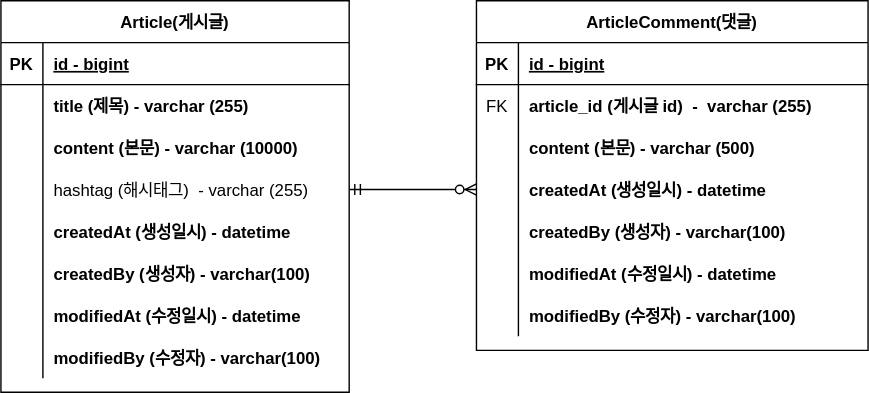
Above: document/project-board-erd.svg in jyc-coder/bulletin-board (draw.io), before the change. Source tidied: cells renumbered, new cells last; positions are measured from the earlier drawing's top-left corner, leaving out a move shared by most shapes.
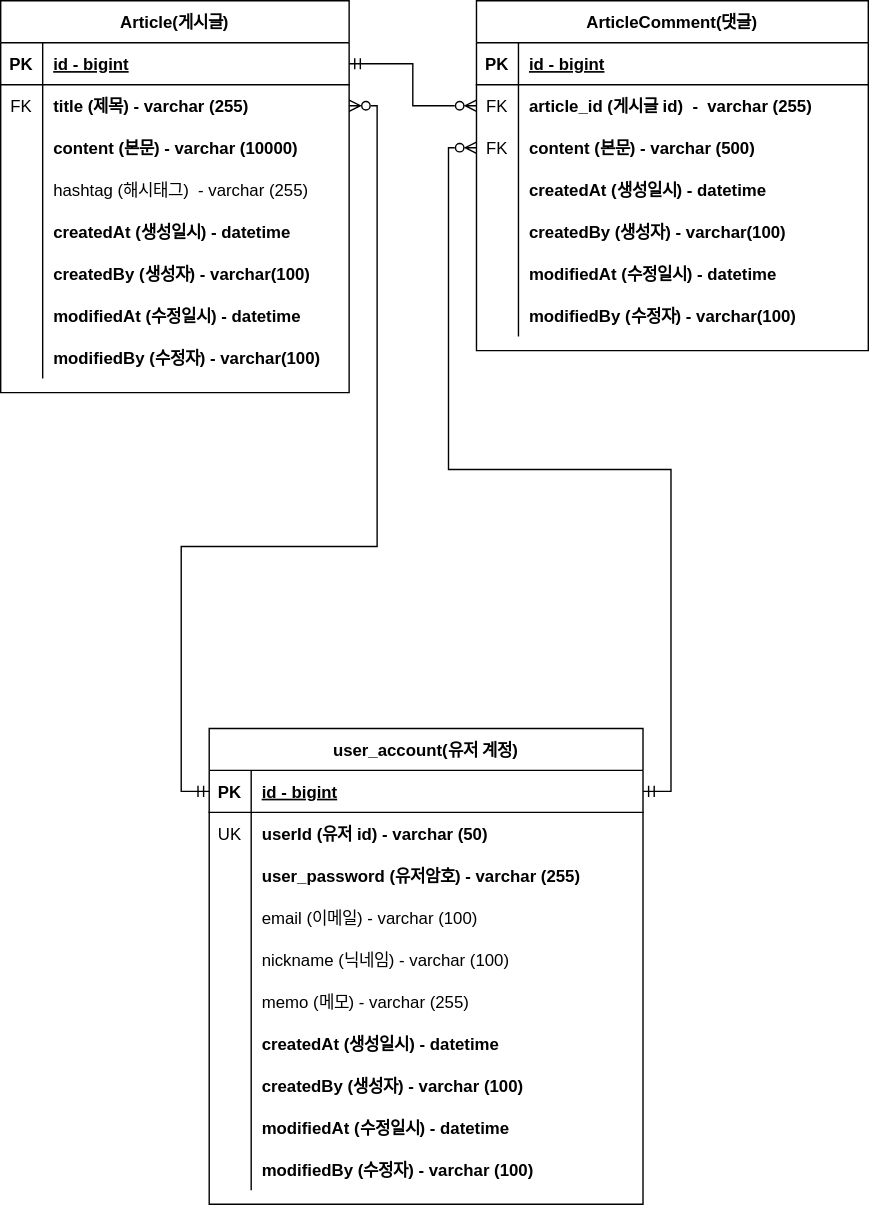
After the change.

Commit message:
#19 - erd 다이어그램 유저 계정 추가

Change to the diagram source:
```diff
@@ -26,7 +26,7 @@
     <mxCell id="9" style="shape=tableRow;horizontal=0;startSize=0;swimlaneHead=0;swimlaneBody=0;fillColor=none;points=[[0,0.5],[1,0.5]];portConstraint=eastwest;top=0;left=0;right=0;bottom=0;" parent="2" vertex="1">
       <mxGeometry y="90" width="280" height="30" as="geometry" />
     </mxCell>
-    <mxCell id="10" style="shape=partialRectangle;fillColor=none;top=0;left=0;bottom=0;right=0;overflow=hidden;" parent="9" vertex="1">
+    <mxCell id="10" value="FK" style="shape=partialRectangle;fillColor=none;top=0;left=0;bottom=0;right=0;overflow=hidden;" parent="9" vertex="1">
       <mxGeometry width="30" height="30" as="geometry" />
     </mxCell>
     <mxCell id="11" value="content (본문) - varchar (500)" style="shape=partialRectangle;fillColor=none;top=0;left=0;bottom=0;right=0;align=left;spacingLeft=6;overflow=hidden;fontStyle=1;" parent="9" vertex="1">
@@ -83,7 +83,7 @@
     <mxCell id="28" style="shape=tableRow;horizontal=0;startSize=0;swimlaneHead=0;swimlaneBody=0;fillColor=none;points=[[0,0.5],[1,0.5]];portConstraint=eastwest;top=0;left=0;right=0;bottom=0;" parent="24" vertex="1">
       <mxGeometry y="60" width="249" height="30" as="geometry" />
     </mxCell>
-    <mxCell id="29" style="shape=partialRectangle;fillColor=none;top=0;left=0;bottom=0;right=0;overflow=hidden;" parent="28" vertex="1">
+    <mxCell id="29" value="FK" style="shape=partialRectangle;fillColor=none;top=0;left=0;bottom=0;right=0;overflow=hidden;" parent="28" vertex="1">
       <mxGeometry width="30" height="30" as="geometry" />
     </mxCell>
     <mxCell id="30" value="title (제목) - varchar (255)" style="shape=partialRectangle;fillColor=none;top=0;left=0;bottom=0;right=0;align=left;spacingLeft=6;overflow=hidden;fontStyle=1;" parent="28" vertex="1">
@@ -143,8 +143,129 @@
     <mxCell id="48" value="modifiedBy (수정자) - varchar(100)" style="shape=partialRectangle;fillColor=none;top=0;left=0;bottom=0;right=0;align=left;spacingLeft=6;overflow=hidden;fontStyle=1;" parent="46" vertex="1">
       <mxGeometry x="30" width="219" height="30" as="geometry" />
     </mxCell>
-    <mxCell id="49" style="edgeStyle=entityRelationEdgeStyle;fontSize=12;html=1;endArrow=ERzeroToMany;startArrow=ERmandOne;rounded=0;exitX=1;exitY=0.5;exitDx=0;exitDy=0;entryX=0;entryY=0.5;entryDx=0;entryDy=0;" parent="1" edge="1" source="34" target="12">
-      <mxGeometry relative="1" as="geometry" />
-    </mxCell>
+    <mxCell id="50" style="shape=tableRow;horizontal=0;startSize=0;swimlaneHead=0;swimlaneBody=0;fillColor=none;top=0;left=0;right=0;bottom=0;" parent="1" vertex="1">
+      <mxGeometry x="9" y="565" width="180" height="30" as="geometry" />
+    </mxCell>
+    <mxCell id="51" style="shape=partialRectangle;fillColor=none;top=0;left=0;bottom=0;right=0;overflow=hidden;" parent="50" vertex="1">
+      <mxGeometry width="30" height="30" as="geometry" />
+    </mxCell>
+    <mxCell id="52" style="shape=tableRow;horizontal=0;startSize=0;swimlaneHead=0;swimlaneBody=0;fillColor=none;top=0;left=0;right=0;bottom=0;strokeColor=#000000;" parent="1" vertex="1">
+      <mxGeometry x="209" y="540" width="270" height="30" as="geometry" />
+    </mxCell>
+    <mxCell id="53" style="shape=partialRectangle;fillColor=none;top=0;left=0;bottom=0;right=0;overflow=hidden;" parent="52" vertex="1">
+      <mxGeometry width="30" height="30" as="geometry" />
+    </mxCell>
+    <mxCell id="54" style="shape=tableRow;horizontal=0;startSize=0;swimlaneHead=0;swimlaneBody=0;fillColor=none;top=0;left=0;right=0;bottom=0;strokeColor=#000000;shadow=0;" parent="1" vertex="1">
+      <mxGeometry x="209" y="530" width="270" height="30" as="geometry" />
+    </mxCell>
+    <mxCell id="55" value="user_account(유저 계정)" style="shape=table;startSize=30;rowLines=0;fontStyle=1;align=center;shadow=0;strokeColor=#000000;" parent="1" vertex="1">
+      <mxGeometry x="149" y="520" width="310" height="340" as="geometry" />
+    </mxCell>
+    <mxCell id="56" style="shape=tableRow;horizontal=0;startSize=0;swimlaneHead=0;swimlaneBody=0;fillColor=none;points=[[0,0.5],[1,0.5]];portConstraint=eastwest;top=0;left=0;right=0;bottom=1;shadow=0;strokeColor=#000000;" parent="55" vertex="1">
+      <mxGeometry y="30" width="310" height="30" as="geometry" />
+    </mxCell>
+    <mxCell id="57" value="PK" style="shape=partialRectangle;fillColor=none;top=0;left=0;bottom=0;right=0;fontStyle=1;overflow=hidden;shadow=0;strokeColor=#000000;" parent="56" vertex="1">
+      <mxGeometry width="30" height="30" as="geometry" />
+    </mxCell>
+    <mxCell id="58" value="id - bigint" style="shape=partialRectangle;fillColor=none;top=0;left=0;bottom=0;right=0;align=left;spacingLeft=6;fontStyle=5;overflow=hidden;shadow=0;strokeColor=#000000;" parent="56" vertex="1">
+      <mxGeometry x="30" width="280" height="30" as="geometry" />
+    </mxCell>
+    <mxCell id="59" style="shape=tableRow;horizontal=0;startSize=0;swimlaneHead=0;swimlaneBody=0;fillColor=none;top=0;left=0;right=0;bottom=0;shadow=0;strokeColor=#000000;" parent="55" vertex="1">
+      <mxGeometry y="60" width="310" height="30" as="geometry" />
+    </mxCell>
+    <mxCell id="60" value="UK" style="shape=partialRectangle;fillColor=none;top=0;left=0;bottom=0;right=0;overflow=hidden;shadow=0;strokeColor=#000000;" parent="59" vertex="1">
+      <mxGeometry width="30" height="30" as="geometry" />
+    </mxCell>
+    <mxCell id="61" value="userId (유저 id) - varchar (50)" style="shape=partialRectangle;fillColor=none;top=0;left=0;bottom=0;right=0;align=left;spacingLeft=6;overflow=hidden;shadow=0;strokeColor=#000000;fontStyle=1;" parent="59" vertex="1">
+      <mxGeometry x="30" width="280" height="30" as="geometry" />
+    </mxCell>
+    <mxCell id="62" style="shape=tableRow;horizontal=0;startSize=0;swimlaneHead=0;swimlaneBody=0;fillColor=none;top=0;left=0;right=0;bottom=0;shadow=0;strokeColor=#000000;" parent="55" vertex="1">
+      <mxGeometry y="90" width="310" height="30" as="geometry" />
+    </mxCell>
+    <mxCell id="63" style="shape=partialRectangle;fillColor=none;top=0;left=0;bottom=0;right=0;overflow=hidden;shadow=0;strokeColor=#000000;" parent="62" vertex="1">
+      <mxGeometry width="30" height="30" as="geometry" />
+    </mxCell>
+    <mxCell id="64" value="user_password (유저암호) - varchar (255)" style="shape=partialRectangle;fillColor=none;top=0;left=0;bottom=0;right=0;align=left;spacingLeft=6;overflow=hidden;shadow=0;strokeColor=#000000;fontStyle=1;" parent="62" vertex="1">
+      <mxGeometry x="30" width="280" height="30" as="geometry" />
+    </mxCell>
+    <mxCell id="65" style="shape=tableRow;horizontal=0;startSize=0;swimlaneHead=0;swimlaneBody=0;fillColor=none;top=0;left=0;right=0;bottom=0;shadow=0;strokeColor=#000000;" parent="55" vertex="1">
+      <mxGeometry y="120" width="310" height="30" as="geometry" />
+    </mxCell>
+    <mxCell id="66" style="shape=partialRectangle;fillColor=none;top=0;left=0;bottom=0;right=0;overflow=hidden;shadow=0;strokeColor=#000000;" parent="65" vertex="1">
+      <mxGeometry width="30" height="30" as="geometry" />
+    </mxCell>
+    <mxCell id="67" value="email (이메일) - varchar (100)" style="shape=partialRectangle;fillColor=none;top=0;left=0;bottom=0;right=0;align=left;spacingLeft=6;overflow=hidden;shadow=0;strokeColor=#000000;" parent="65" vertex="1">
+      <mxGeometry x="30" width="280" height="30" as="geometry" />
+    </mxCell>
+    <mxCell id="68" style="shape=tableRow;horizontal=0;startSize=0;swimlaneHead=0;swimlaneBody=0;fillColor=none;top=0;left=0;right=0;bottom=0;shadow=0;strokeColor=#000000;" parent="55" vertex="1">
+      <mxGeometry y="150" width="310" height="30" as="geometry" />
+    </mxCell>
+    <mxCell id="69" style="shape=partialRectangle;fillColor=none;top=0;left=0;bottom=0;right=0;overflow=hidden;shadow=0;strokeColor=#000000;" parent="68" vertex="1">
+      <mxGeometry width="30" height="30" as="geometry" />
+    </mxCell>
+    <mxCell id="70" value="nickname (닉네임) - varchar (100)" style="shape=partialRectangle;fillColor=none;top=0;left=0;bottom=0;right=0;align=left;spacingLeft=6;overflow=hidden;shadow=0;strokeColor=#000000;" parent="68" vertex="1">
+      <mxGeometry x="30" width="280" height="30" as="geometry" />
+    </mxCell>
+    <mxCell id="71" style="shape=tableRow;horizontal=0;startSize=0;swimlaneHead=0;swimlaneBody=0;fillColor=none;top=0;left=0;right=0;bottom=0;shadow=0;strokeColor=#000000;" parent="55" vertex="1">
+      <mxGeometry y="180" width="310" height="30" as="geometry" />
+    </mxCell>
+    <mxCell id="72" style="shape=partialRectangle;fillColor=none;top=0;left=0;bottom=0;right=0;overflow=hidden;shadow=0;strokeColor=#000000;" parent="71" vertex="1">
+      <mxGeometry width="30" height="30" as="geometry" />
+    </mxCell>
+    <mxCell id="73" value="memo (메모) - varchar (255)" style="shape=partialRectangle;fillColor=none;top=0;left=0;bottom=0;right=0;align=left;spacingLeft=6;overflow=hidden;shadow=0;strokeColor=#000000;" parent="71" vertex="1">
+      <mxGeometry x="30" width="280" height="30" as="geometry" />
+    </mxCell>
+    <mxCell id="74" style="shape=tableRow;horizontal=0;startSize=0;swimlaneHead=0;swimlaneBody=0;fillColor=none;top=0;left=0;right=0;bottom=0;shadow=0;strokeColor=#000000;" parent="55" vertex="1">
+      <mxGeometry y="210" width="310" height="30" as="geometry" />
+    </mxCell>
+    <mxCell id="75" style="shape=partialRectangle;fillColor=none;top=0;left=0;bottom=0;right=0;overflow=hidden;shadow=0;strokeColor=#000000;" parent="74" vertex="1">
+      <mxGeometry width="30" height="30" as="geometry" />
+    </mxCell>
+    <mxCell id="76" value="createdAt (생성일시) - datetime" style="shape=partialRectangle;fillColor=none;top=0;left=0;bottom=0;right=0;align=left;spacingLeft=6;overflow=hidden;shadow=0;strokeColor=#000000;fontStyle=1;" parent="74" vertex="1">
+      <mxGeometry x="30" width="280" height="30" as="geometry" />
+    </mxCell>
+    <mxCell id="77" style="shape=tableRow;horizontal=0;startSize=0;swimlaneHead=0;swimlaneBody=0;fillColor=none;top=0;left=0;right=0;bottom=0;shadow=0;strokeColor=#000000;" parent="55" vertex="1">
+      <mxGeometry y="240" width="310" height="30" as="geometry" />
+    </mxCell>
+    <mxCell id="78" style="shape=partialRectangle;fillColor=none;top=0;left=0;bottom=0;right=0;overflow=hidden;shadow=0;strokeColor=#000000;" parent="77" vertex="1">
+      <mxGeometry width="30" height="30" as="geometry" />
+    </mxCell>
+    <mxCell id="79" value="createdBy (생성자) - varchar (100)" style="shape=partialRectangle;fillColor=none;top=0;left=0;bottom=0;right=0;align=left;spacingLeft=6;overflow=hidden;shadow=0;strokeColor=#000000;fontStyle=1;" parent="77" vertex="1">
+      <mxGeometry x="30" width="280" height="30" as="geometry" />
+    </mxCell>
+    <mxCell id="80" style="shape=tableRow;horizontal=0;startSize=0;swimlaneHead=0;swimlaneBody=0;fillColor=none;top=0;left=0;right=0;bottom=0;shadow=0;strokeColor=#000000;" parent="55" vertex="1">
+      <mxGeometry y="270" width="310" height="30" as="geometry" />
+    </mxCell>
+    <mxCell id="81" style="shape=partialRectangle;fillColor=none;top=0;left=0;bottom=0;right=0;overflow=hidden;shadow=0;strokeColor=#000000;" parent="80" vertex="1">
+      <mxGeometry width="30" height="30" as="geometry" />
+    </mxCell>
+    <mxCell id="82" value="modifiedAt (수정일시) - datetime" style="shape=partialRectangle;fillColor=none;top=0;left=0;bottom=0;right=0;align=left;spacingLeft=6;overflow=hidden;shadow=0;strokeColor=#000000;fontStyle=1;" parent="80" vertex="1">
+      <mxGeometry x="30" width="280" height="30" as="geometry" />
+    </mxCell>
+    <mxCell id="83" style="shape=tableRow;horizontal=0;startSize=0;swimlaneHead=0;swimlaneBody=0;fillColor=none;top=0;left=0;right=0;bottom=0;shadow=0;strokeColor=#000000;" parent="55" vertex="1">
+      <mxGeometry y="300" width="310" height="30" as="geometry" />
+    </mxCell>
+    <mxCell id="84" style="shape=partialRectangle;fillColor=none;top=0;left=0;bottom=0;right=0;overflow=hidden;shadow=0;strokeColor=#000000;" parent="83" vertex="1">
+      <mxGeometry width="30" height="30" as="geometry" />
+    </mxCell>
+    <mxCell id="85" value="modifiedBy (수정자) - varchar (100)" style="shape=partialRectangle;fillColor=none;top=0;left=0;bottom=0;right=0;align=left;spacingLeft=6;overflow=hidden;shadow=0;strokeColor=#000000;fontStyle=1;" parent="83" vertex="1">
+      <mxGeometry x="30" width="280" height="30" as="geometry" />
+    </mxCell>
+    <mxCell id="86" style="edgeStyle=orthogonalEdgeStyle;rounded=0;jumpStyle=none;jettySize=auto;html=1;exitX=1;exitY=0.5;exitDx=0;exitDy=0;entryX=0;entryY=0.5;entryDx=0;entryDy=0;startArrow=ERzeroToMany;startFill=0;endArrow=ERmandOne;endFill=0;" parent="1" edge="1" source="28" target="56">
+      <mxGeometry relative="1" as="geometry">
+        <Array as="points">
+          <mxPoint x="269" y="75" />
+          <mxPoint x="269" y="390" />
+          <mxPoint x="129" y="390" />
+          <mxPoint x="129" y="565" />
+        </Array>
+      </mxGeometry>
+    </mxCell>
+    <mxCell id="87" style="edgeStyle=orthogonalEdgeStyle;rounded=0;jumpStyle=none;jettySize=auto;html=1;exitX=1;exitY=0.5;exitDx=0;exitDy=0;entryX=0;entryY=0.5;entryDx=0;entryDy=0;startArrow=ERmandOne;startFill=0;endArrow=ERzeroToMany;endFill=0;" parent="1" edge="1" source="25" target="6">
+      <mxGeometry relative="1" as="geometry" />
+    </mxCell>
+    <mxCell id="88" style="edgeStyle=orthogonalEdgeStyle;rounded=0;jumpStyle=none;jettySize=auto;html=1;exitX=1;exitY=0.5;exitDx=0;exitDy=0;entryX=0;entryY=0.5;entryDx=0;entryDy=0;startArrow=ERmandOne;startFill=0;endArrow=ERzeroToMany;endFill=0;" parent="1" edge="1" source="56" target="9">
+      <mxGeometry relative="1" as="geometry" />
+    </mxCell>
   </root>
 </mxGraphModel>
```
